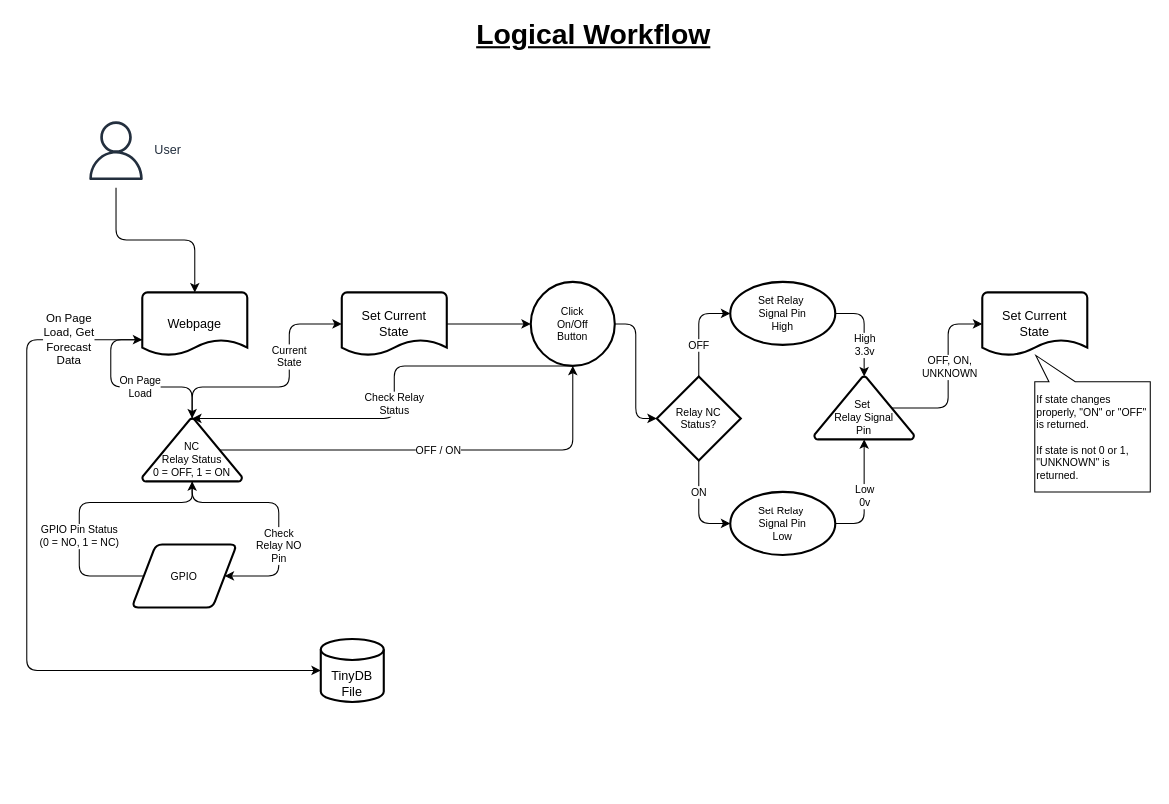
This is assets/logic_workflow.drawio from miarond/RPi_Irrigation_Bypass_Sensor, a draw.io file, before an edit. Source tidied: cells renumbered, new cells numbered last; positions are measured from the earlier drawing's top-left corner, leaving out a move shared by most shapes. Both pictures are drawn from the tidied source at 105%, with x=0, y=0 at pixel (26, 19).
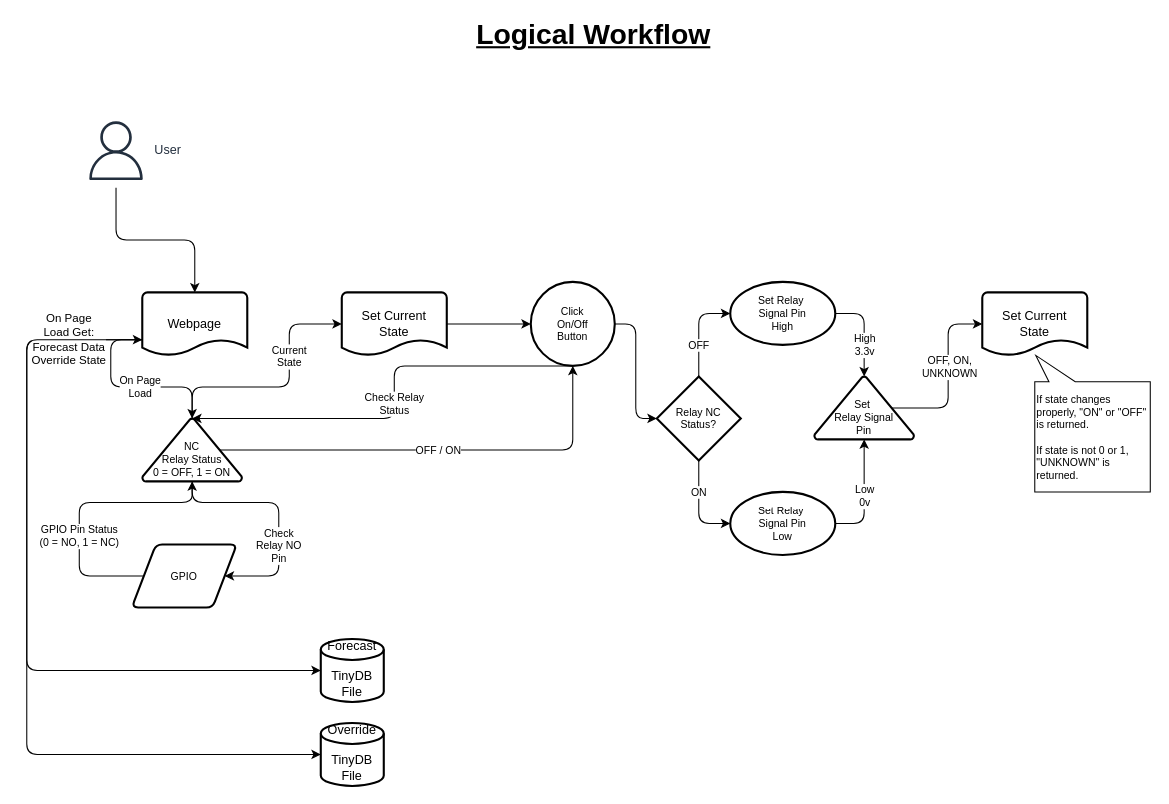
After the change.

The change refers to these unchanged cells:
```xml
<mxCell id="4" value="Webpage" style="strokeWidth=2;html=1;shape=mxgraph.flowchart.document2;whiteSpace=wrap;size=0.25;" parent="1" vertex="1">
  <mxGeometry x="110" y="260" width="100" height="60" as="geometry" />
</mxCell>
```

What changed in the source:
```diff
@@
-    <mxCell id="3" value="On Page&lt;br&gt;Load, Get&lt;br&gt;Forecast&lt;br&gt;Data" style="edgeStyle=elbowEdgeStyle;html=1;exitX=0;exitY=0.75;exitDx=0;exitDy=0;exitPerimeter=0;entryX=0;entryY=0.5;entryDx=0;entryDy=0;entryPerimeter=0;startArrow=classic;startFill=1;" parent="1" edge="1" source="4" target="32">
+    <mxCell id="3" value="On Page&lt;br&gt;Load Get:&lt;br&gt;Forecast Data&lt;br&gt;Override State" style="edgeStyle=elbowEdgeStyle;html=1;exitX=0;exitY=0.75;exitDx=0;exitDy=0;exitPerimeter=0;entryX=0;entryY=0.5;entryDx=0;entryDy=0;entryPerimeter=0;startArrow=classic;startFill=1;" parent="1" edge="1" source="4" target="32">
       <mxGeometry x="-0.8" relative="1" as="geometry">
         <Array as="points">
           <mxPoint y="470" />
         </Array>
       </mxGeometry>
     </mxCell>
+    <mxCell id="33" style="edgeStyle=elbowEdgeStyle;html=1;exitX=0;exitY=0.75;exitDx=0;exitDy=0;exitPerimeter=0;entryX=0;entryY=0.5;entryDx=0;entryDy=0;entryPerimeter=0;" parent="1" edge="1" source="4" target="34">
+      <mxGeometry relative="1" as="geometry">
+        <Array as="points">
+          <mxPoint y="500" />
+        </Array>
+      </mxGeometry>
+    </mxCell>
@@
-    <mxCell id="32" value="TinyDB&lt;br&gt;File" style="strokeWidth=2;html=1;shape=mxgraph.flowchart.database;whiteSpace=wrap;verticalAlign=bottom;" parent="1" vertex="1">
+    <mxCell id="32" value="Forecast&lt;br&gt;&lt;br&gt;TinyDB&lt;br&gt;File" style="strokeWidth=2;html=1;shape=mxgraph.flowchart.database;whiteSpace=wrap;verticalAlign=bottom;" parent="1" vertex="1">
       <mxGeometry x="280" y="590" width="60" height="60" as="geometry" />
     </mxCell>
+    <mxCell id="34" value="Override&lt;br&gt;&lt;br&gt;TinyDB&lt;br&gt;File" style="strokeWidth=2;html=1;shape=mxgraph.flowchart.database;whiteSpace=wrap;verticalAlign=bottom;" parent="1" vertex="1">
+      <mxGeometry x="280" y="670" width="60" height="60" as="geometry" />
+    </mxCell>
```
